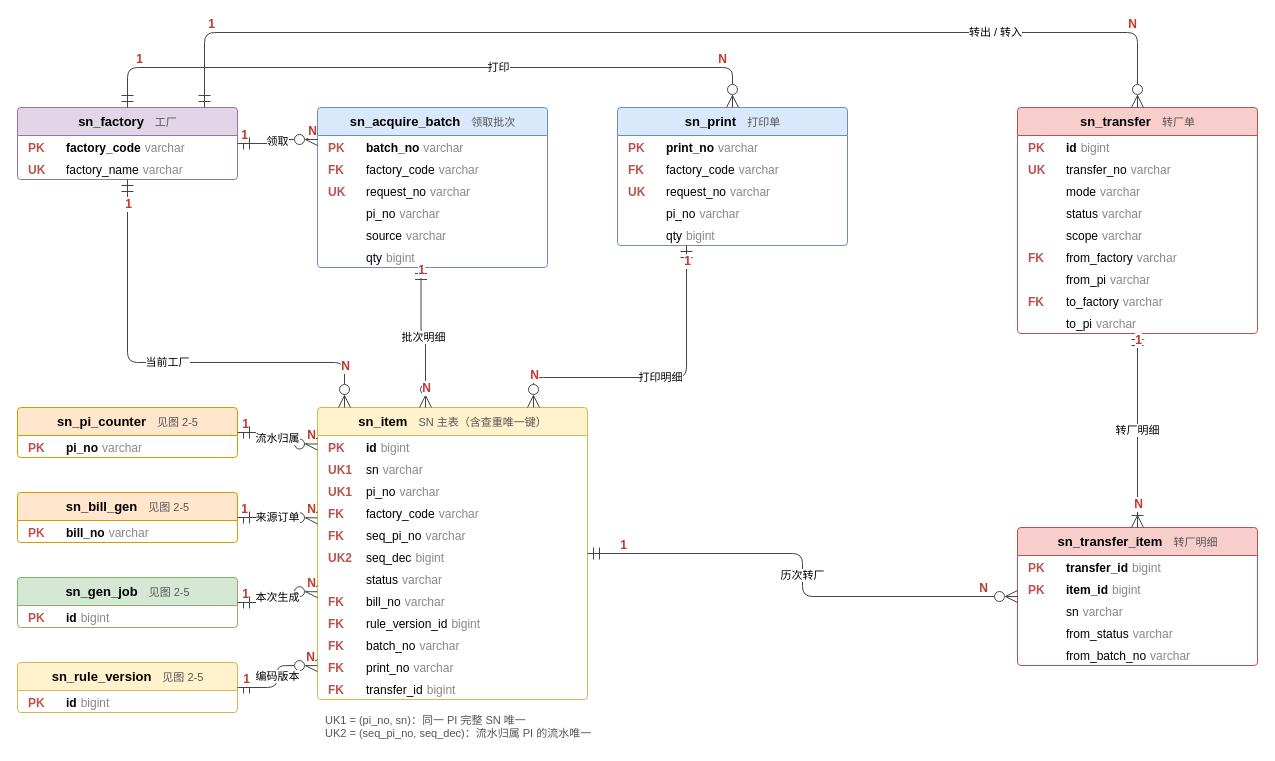
This is docs/images/系统技术方案/fig2-6-er-item.drawio from Createsnow/sn-center, a draw.io file, before an edit. Source tidied: cells renumbered, new cells numbered last; positions are measured from the earlier drawing's top-left corner, leaving out a move shared by most shapes. Both pictures are drawn from the tidied source at 100%, with x=0, y=0 at pixel (17, 32).
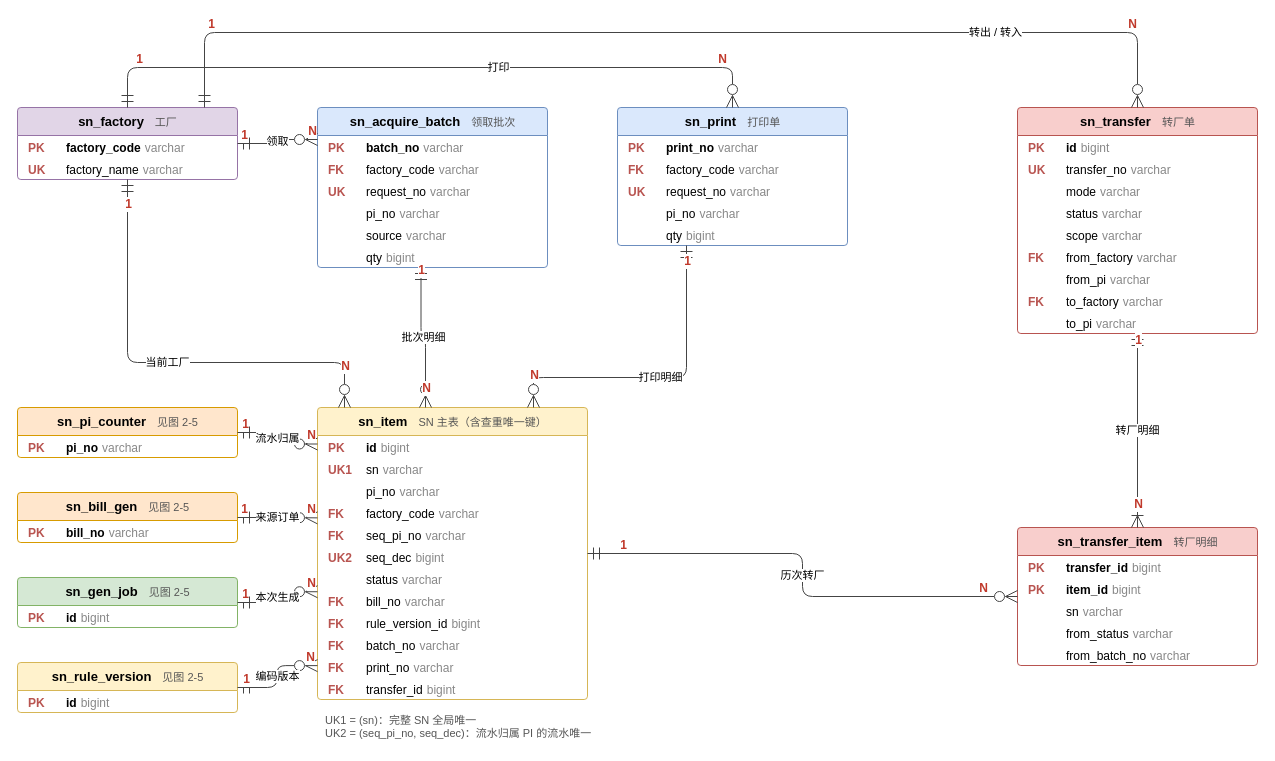
Above is the later version.

Unchanged cells that the change refers to:
```xml
<mxCell id="28" value="&lt;b&gt;sn_item&lt;/b&gt;&lt;font color=&quot;#555555&quot; style=&quot;font-size:11px&quot;&gt;　SN 主表（含查重唯一键）&lt;/font&gt;" style="swimlane;fontStyle=0;horizontal=1;startSize=28;html=1;fillColor=#fff2cc;strokeColor=#d6b656;swimlaneFillColor=#ffffff;rounded=1;arcSize=4;fontSize=13;fontFamily=Microsoft YaHei,PingFang SC,Helvetica,Arial,WenQuanYi Zen Hei,sans-serif;" parent="1" vertex="1">
  <mxGeometry x="300" y="375" width="270" height="292" as="geometry" />
</mxCell>
```

Change to the diagram source:
```diff
@@
-    <mxCell id="31" value="&lt;table style=&quot;width:100%;font-size:12px&quot;&gt;&lt;tr&gt;&lt;td style=&quot;width:34px&quot;&gt;&lt;font color=&quot;#b85450&quot;&gt;&lt;b&gt;UK1&lt;/b&gt;&lt;/font&gt;&lt;/td&gt;&lt;td&gt;pi_no&lt;/td&gt;&lt;td style=&quot;text-align:right;color:#888888&quot;&gt;varchar&lt;/td&gt;&lt;/tr&gt;&lt;/table&gt;" style="text;html=1;strokeColor=none;fillColor=none;align=left;verticalAlign=middle;spacingLeft=6;spacingRight=6;overflow=hidden;fontSize=12;fontFamily=Microsoft YaHei,PingFang SC,Helvetica,Arial,WenQuanYi Zen Hei,sans-serif;" parent="28" vertex="1">
+    <mxCell id="31" value="&lt;table style=&quot;width:100%;font-size:12px&quot;&gt;&lt;tr&gt;&lt;td style=&quot;width:34px&quot;&gt;&lt;font color=&quot;#b85450&quot;&gt;&lt;b&gt;&lt;/b&gt;&lt;/font&gt;&lt;/td&gt;&lt;td&gt;pi_no&lt;/td&gt;&lt;td style=&quot;text-align:right;color:#888888&quot;&gt;varchar&lt;/td&gt;&lt;/tr&gt;&lt;/table&gt;" style="text;html=1;strokeColor=none;fillColor=none;align=left;verticalAlign=middle;spacingLeft=6;spacingRight=6;overflow=hidden;fontSize=12;fontFamily=Microsoft YaHei,PingFang SC,Helvetica,Arial,WenQuanYi Zen Hei,sans-serif;" parent="28" vertex="1">
       <mxGeometry y="72" width="270" height="22" as="geometry" />
     </mxCell>
@@
-    <mxCell id="91" value="UK1 = (pi_no, sn)：同一 PI 完整 SN 唯一&lt;br&gt;UK2 = (seq_pi_no, seq_dec)：流水归属 PI 的流水唯一" style="text;html=1;strokeColor=none;fillColor=none;align=left;verticalAlign=top;spacingLeft=6;fontSize=11;fontColor=#555555;fontFamily=Microsoft YaHei,PingFang SC,Helvetica,Arial,WenQuanYi Zen Hei,sans-serif;" parent="1" vertex="1">
+    <mxCell id="91" value="UK1 = (sn)：完整 SN 全局唯一&lt;br&gt;UK2 = (seq_pi_no, seq_dec)：流水归属 PI 的流水唯一" style="text;html=1;strokeColor=none;fillColor=none;align=left;verticalAlign=top;spacingLeft=6;fontSize=11;fontColor=#555555;fontFamily=Microsoft YaHei,PingFang SC,Helvetica,Arial,WenQuanYi Zen Hei,sans-serif;" parent="1" vertex="1">
       <mxGeometry x="300" y="675" width="300" height="36" as="geometry" />
     </mxCell>
```
